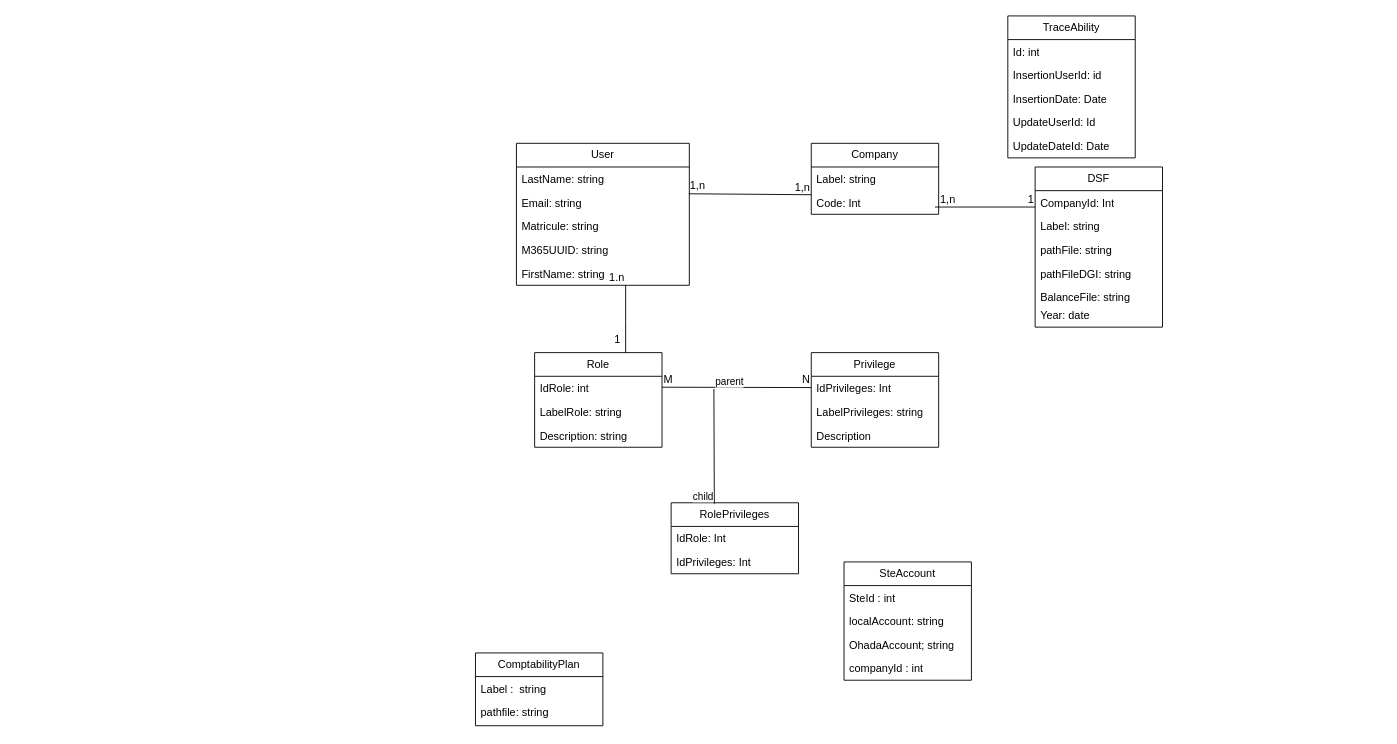
This is Untitled Diagram.drawio from Michelle-Ngami/Conception_DSF, a draw.io file, before an edit. Source tidied: cells renumbered, new cells numbered last; positions are measured from the earlier drawing's top-left corner, leaving out a move shared by most shapes. Both pictures are drawn from the tidied source at 91%, with x=0, y=0 at pixel (475, 15).
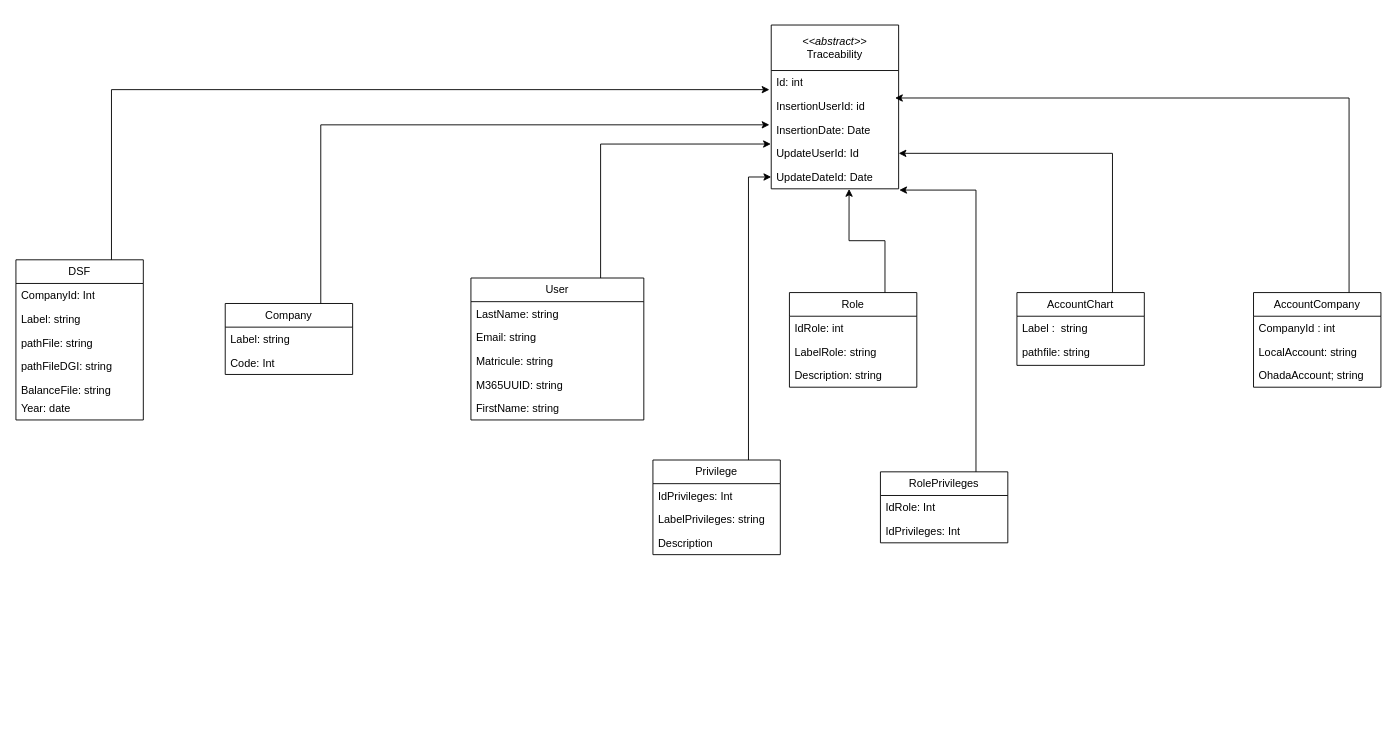
After the change.

Commit message:
abstract_relation

The change refers to these unchanged cells:
```xml
<mxCell id="3" value="LastName: string" style="text;strokeColor=none;fillColor=none;align=left;verticalAlign=top;spacingLeft=4;spacingRight=4;overflow=hidden;points=[[0,0.5],[1,0.5]];portConstraint=eastwest;whiteSpace=wrap;html=1;" parent="2" vertex="1">
  <mxGeometry y="26" width="190" height="26" as="geometry" />
</mxCell>
<mxCell id="10" value="Code: Int" style="text;strokeColor=none;fillColor=none;align=left;verticalAlign=top;spacingLeft=4;spacingRight=4;overflow=hidden;points=[[0,0.5],[1,0.5]];portConstraint=eastwest;whiteSpace=wrap;html=1;" parent="8" vertex="1">
  <mxGeometry y="52" width="140" height="26" as="geometry" />
</mxCell>
```

Change to the diagram source:
```diff
@@
     <mxCell id="2" value="User" style="swimlane;fontStyle=0;horizontal=1;startSize=26;fillColor=none;whiteSpace=wrap;html=1;" parent="1" vertex="1">
-      <mxGeometry x="45" y="140" width="190" height="156" as="geometry" />
+      <mxGeometry x="-5" y="288" width="190" height="156" as="geometry" />
     </mxCell>
@@
     <mxCell id="8" value="Company" style="swimlane;fontStyle=0;horizontal=1;startSize=26;fillColor=none;whiteSpace=wrap;html=1;" parent="1" vertex="1">
-      <mxGeometry x="369" y="140" width="140" height="78" as="geometry" />
+      <mxGeometry x="-275" y="316" width="140" height="78" as="geometry" />
     </mxCell>
@@
-    <mxCell id="11" style="endArrow=none;html=1;rounded=0;exitX=0.997;exitY=1.132;exitDx=0;exitDy=0;entryX=0.001;entryY=0.173;entryDx=0;entryDy=0;entryPerimeter=0;exitPerimeter=0;" parent="1" edge="1" source="3" target="10">
-      <mxGeometry relative="1" as="geometry" />
-    </mxCell>
-    <mxCell id="12" value="1,n" style="html=1;whiteSpace=wrap;align=left;verticalAlign=bottom;" parent="11" vertex="1">
-      <mxGeometry x="-1" relative="1" as="geometry" />
-    </mxCell>
-    <mxCell id="13" value="1,n" style="html=1;whiteSpace=wrap;align=right;verticalAlign=bottom;" parent="11" vertex="1">
-      <mxGeometry x="1" relative="1" as="geometry" />
-    </mxCell>
     <mxCell id="14" value="Role" style="swimlane;fontStyle=0;horizontal=1;startSize=26;fillColor=none;whiteSpace=wrap;html=1;" parent="1" vertex="1">
-      <mxGeometry x="65" y="370" width="140" height="104" as="geometry" />
+      <mxGeometry x="345" y="304" width="140" height="104" as="geometry" />
     </mxCell>
@@
-    <mxCell id="18" style="endArrow=none;html=1;rounded=0;" parent="1" edge="1">
-      <mxGeometry relative="1" as="geometry">
-        <mxPoint x="165" y="370" as="sourcePoint" />
-        <mxPoint x="165" y="296" as="targetPoint" />
-        <Array as="points">
-          <mxPoint x="165" y="336" />
-        </Array>
-      </mxGeometry>
-    </mxCell>
-    <mxCell id="19" value="1.n" style="html=1;whiteSpace=wrap;align=right;verticalAlign=bottom;" parent="18" vertex="1">
-      <mxGeometry x="1" relative="1" as="geometry" />
-    </mxCell>
-    <mxCell id="20" value="1" style="html=1;whiteSpace=wrap;align=left;verticalAlign=bottom;" parent="1" vertex="1">
-      <mxGeometry x="140" y="310" as="geometry">
-        <mxPoint x="11" y="54" as="offset" />
-      </mxGeometry>
-    </mxCell>
+    <mxCell id="58" style="edgeStyle=orthogonalEdgeStyle;rounded=0;jettySize=auto;html=1;exitX=0.75;exitY=0;exitDx=0;exitDy=0;entryX=0;entryY=0.5;entryDx=0;entryDy=0;" parent="1" edge="1" source="21" target="39">
+      <mxGeometry relative="1" as="geometry" />
+    </mxCell>
     <mxCell id="21" value="Privilege" style="swimlane;fontStyle=0;horizontal=1;startSize=26;fillColor=none;whiteSpace=wrap;html=1;" parent="1" vertex="1">
-      <mxGeometry x="369" y="370" width="140" height="104" as="geometry" />
+      <mxGeometry x="195" y="488" width="140" height="104" as="geometry" />
     </mxCell>
@@
-    <mxCell id="25" style="endArrow=none;html=1;rounded=0;" parent="1" edge="1">
-      <mxGeometry relative="1" as="geometry">
-        <mxPoint x="205" y="408" as="sourcePoint" />
-        <mxPoint x="369" y="408.4" as="targetPoint" />
-      </mxGeometry>
-    </mxCell>
-    <mxCell id="26" value="M" style="html=1;whiteSpace=wrap;align=left;verticalAlign=bottom;" parent="25" vertex="1">
-      <mxGeometry x="-1" relative="1" as="geometry" />
-    </mxCell>
-    <mxCell id="27" value="N" style="html=1;whiteSpace=wrap;align=right;verticalAlign=bottom;" parent="25" vertex="1">
-      <mxGeometry x="1" relative="1" as="geometry" />
-    </mxCell>
     <mxCell id="28" value="RolePrivileges" style="swimlane;fontStyle=0;horizontal=1;startSize=26;fillColor=none;whiteSpace=wrap;html=1;" parent="1" vertex="1">
-      <mxGeometry x="215" y="535" width="140" height="78" as="geometry" />
+      <mxGeometry x="445" y="501" width="140" height="78" as="geometry" />
     </mxCell>
@@
-    <mxCell id="31" style="endArrow=none;html=1;edgeStyle=orthogonalEdgeStyle;rounded=0;entryX=0.339;entryY=0.012;entryDx=0;entryDy=0;entryPerimeter=0;" parent="1" edge="1" target="28">
-      <mxGeometry relative="1" as="geometry">
-        <mxPoint x="262" y="410" as="sourcePoint" />
-      </mxGeometry>
-    </mxCell>
-    <mxCell id="32" value="parent" style="edgeLabel;html=1;align=left;verticalAlign=bottom;" parent="31" vertex="1">
-      <mxGeometry x="-1" relative="1" as="geometry" />
-    </mxCell>
-    <mxCell id="33" value="child" style="edgeLabel;html=1;align=right;verticalAlign=bottom;" parent="31" vertex="1">
-      <mxGeometry x="1" relative="1" as="geometry" />
-    </mxCell>
-    <mxCell id="34" value="TraceAbility" style="swimlane;fontStyle=0;horizontal=1;startSize=26;fillColor=none;whiteSpace=wrap;html=1;" parent="1" vertex="1">
-      <mxGeometry x="585" width="140" height="156" as="geometry" />
+    <mxCell id="34" value="&lt;div&gt;&lt;i&gt;&amp;lt;&amp;lt;abstract&amp;gt;&amp;gt;&lt;/i&gt;&lt;br&gt;&lt;/div&gt;Traceability" style="swimlane;fontStyle=0;horizontal=1;startSize=50;fillColor=none;whiteSpace=wrap;html=1;" parent="1" vertex="1">
+      <mxGeometry x="325" y="10" width="140" height="180" as="geometry" />
     </mxCell>
     <mxCell id="35" value="Id: int" style="text;strokeColor=none;fillColor=none;align=left;verticalAlign=top;spacingLeft=4;spacingRight=4;overflow=hidden;points=[[0,0.5],[1,0.5]];portConstraint=eastwest;whiteSpace=wrap;html=1;" parent="34" vertex="1">
-      <mxGeometry y="26" width="140" height="26" as="geometry" />
+      <mxGeometry y="50" width="140" height="26" as="geometry" />
     </mxCell>
     <mxCell id="36" value="InsertionUserId: id" style="text;strokeColor=none;fillColor=none;align=left;verticalAlign=top;spacingLeft=4;spacingRight=4;overflow=hidden;points=[[0,0.5],[1,0.5]];portConstraint=eastwest;whiteSpace=wrap;html=1;" parent="34" vertex="1">
-      <mxGeometry y="52" width="140" height="26" as="geometry" />
+      <mxGeometry y="76" width="140" height="26" as="geometry" />
     </mxCell>
     <mxCell id="37" value="InsertionDate: Date" style="text;strokeColor=none;fillColor=none;align=left;verticalAlign=top;spacingLeft=4;spacingRight=4;overflow=hidden;points=[[0,0.5],[1,0.5]];portConstraint=eastwest;whiteSpace=wrap;html=1;" parent="34" vertex="1">
-      <mxGeometry y="78" width="140" height="26" as="geometry" />
+      <mxGeometry y="102" width="140" height="26" as="geometry" />
     </mxCell>
     <mxCell id="38" value="UpdateUserId: Id" style="text;strokeColor=none;fillColor=none;align=left;verticalAlign=top;spacingLeft=4;spacingRight=4;overflow=hidden;points=[[0,0.5],[1,0.5]];portConstraint=eastwest;whiteSpace=wrap;html=1;" parent="34" vertex="1">
-      <mxGeometry y="104" width="140" height="26" as="geometry" />
+      <mxGeometry y="128" width="140" height="26" as="geometry" />
     </mxCell>
     <mxCell id="39" value="UpdateDateId: Date" style="text;strokeColor=none;fillColor=none;align=left;verticalAlign=top;spacingLeft=4;spacingRight=4;overflow=hidden;points=[[0,0.5],[1,0.5]];portConstraint=eastwest;whiteSpace=wrap;html=1;" parent="34" vertex="1">
-      <mxGeometry y="130" width="140" height="26" as="geometry" />
+      <mxGeometry y="154" width="140" height="26" as="geometry" />
     </mxCell>
     <mxCell id="40" value="DSF" style="swimlane;fontStyle=0;horizontal=1;startSize=26;fillColor=none;whiteSpace=wrap;html=1;" parent="1" vertex="1">
-      <mxGeometry x="615" y="166" width="140" height="176" as="geometry" />
+      <mxGeometry x="-505" y="268" width="140" height="176" as="geometry" />
     </mxCell>
@@
-    <mxCell id="47" style="endArrow=none;html=1;rounded=0;exitX=0.971;exitY=0.692;exitDx=0;exitDy=0;exitPerimeter=0;" parent="1" edge="1" source="10">
-      <mxGeometry relative="1" as="geometry">
-        <mxPoint x="615" y="210" as="targetPoint" />
-      </mxGeometry>
-    </mxCell>
-    <mxCell id="48" value="1" style="html=1;whiteSpace=wrap;align=right;verticalAlign=bottom;" parent="47" vertex="1">
-      <mxGeometry x="1" relative="1" as="geometry" />
-    </mxCell>
-    <mxCell id="49" value="1,n" style="html=1;whiteSpace=wrap;align=left;verticalAlign=bottom;" parent="1" vertex="1">
-      <mxGeometry x="509" y="210" as="geometry" />
-    </mxCell>
-    <mxCell id="50" value="SteAccount" style="swimlane;fontStyle=0;horizontal=1;startSize=26;fillColor=none;whiteSpace=wrap;html=1;" parent="1" vertex="1">
-      <mxGeometry x="405" y="600" width="140" height="130" as="geometry" />
+    <mxCell id="50" value="AccountCompany" style="swimlane;fontStyle=0;horizontal=1;startSize=26;fillColor=none;whiteSpace=wrap;html=1;" parent="1" vertex="1">
+      <mxGeometry x="855" y="304" width="140" height="104" as="geometry" />
     </mxCell>
-    <mxCell id="51" value="SteId : int" style="text;strokeColor=none;fillColor=none;align=left;verticalAlign=top;spacingLeft=4;spacingRight=4;overflow=hidden;whiteSpace=wrap;html=1;" parent="50" vertex="1">
+    <mxCell id="51" value="CompanyId : int" style="text;strokeColor=none;fillColor=none;align=left;verticalAlign=top;spacingLeft=4;spacingRight=4;overflow=hidden;whiteSpace=wrap;html=1;" parent="50" vertex="1">
       <mxGeometry y="26" width="140" height="26" as="geometry" />
     </mxCell>
-    <mxCell id="52" value="localAccount: string" style="text;strokeColor=none;fillColor=none;align=left;verticalAlign=top;spacingLeft=4;spacingRight=4;overflow=hidden;whiteSpace=wrap;html=1;" parent="50" vertex="1">
+    <mxCell id="52" value="LocalAccount: string" style="text;strokeColor=none;fillColor=none;align=left;verticalAlign=top;spacingLeft=4;spacingRight=4;overflow=hidden;whiteSpace=wrap;html=1;" parent="50" vertex="1">
       <mxGeometry y="52" width="140" height="26" as="geometry" />
     </mxCell>
@@
-    <mxCell id="54" value="companyId : int" style="text;strokeColor=none;fillColor=none;align=left;verticalAlign=top;spacingLeft=4;spacingRight=4;overflow=hidden;whiteSpace=wrap;html=1;" parent="50" vertex="1">
-      <mxGeometry y="104" width="140" height="26" as="geometry" />
-    </mxCell>
+    <mxCell id="59" style="edgeStyle=orthogonalEdgeStyle;rounded=0;jettySize=auto;html=1;exitX=0.75;exitY=0;exitDx=0;exitDy=0;entryX=1;entryY=0.5;entryDx=0;entryDy=0;" parent="1" edge="1" source="55" target="38">
+      <mxGeometry relative="1" as="geometry" />
+    </mxCell>
-    <mxCell id="55" value="ComptabilityPlan" style="swimlane;fontStyle=0;horizontal=1;startSize=26;fillColor=none;whiteSpace=wrap;html=1;" parent="1" vertex="1">
-      <mxGeometry y="700" width="140" height="80" as="geometry" />
+    <mxCell id="55" value="AccountChart" style="swimlane;fontStyle=0;horizontal=1;startSize=26;fillColor=none;whiteSpace=wrap;html=1;" parent="1" vertex="1">
+      <mxGeometry x="595" y="304" width="140" height="80" as="geometry" />
     </mxCell>
@@
+    <mxCell id="60" style="edgeStyle=orthogonalEdgeStyle;rounded=0;jettySize=auto;html=1;exitX=0.75;exitY=0;exitDx=0;exitDy=0;entryX=1.005;entryY=1.052;entryDx=0;entryDy=0;entryPerimeter=0;" parent="1" edge="1" source="28" target="39">
+      <mxGeometry relative="1" as="geometry" />
+    </mxCell>
+    <mxCell id="61" style="edgeStyle=orthogonalEdgeStyle;rounded=0;jettySize=auto;html=1;exitX=0.75;exitY=0;exitDx=0;exitDy=0;entryX=0.972;entryY=0.161;entryDx=0;entryDy=0;entryPerimeter=0;" parent="1" edge="1" source="50" target="36">
+      <mxGeometry relative="1" as="geometry" />
+    </mxCell>
+    <mxCell id="62" style="edgeStyle=orthogonalEdgeStyle;rounded=0;jettySize=auto;html=1;exitX=0.75;exitY=0;exitDx=0;exitDy=0;entryX=0.611;entryY=1.007;entryDx=0;entryDy=0;entryPerimeter=0;" parent="1" edge="1" source="14" target="39">
+      <mxGeometry relative="1" as="geometry" />
+    </mxCell>
+    <mxCell id="63" style="edgeStyle=orthogonalEdgeStyle;rounded=0;jettySize=auto;html=1;exitX=0.75;exitY=0;exitDx=0;exitDy=0;entryX=-0.003;entryY=0.106;entryDx=0;entryDy=0;entryPerimeter=0;" parent="1" edge="1" source="2" target="38">
+      <mxGeometry relative="1" as="geometry" />
+    </mxCell>
+    <mxCell id="64" style="edgeStyle=orthogonalEdgeStyle;rounded=0;jettySize=auto;html=1;exitX=0.75;exitY=0;exitDx=0;exitDy=0;entryX=-0.014;entryY=0.295;entryDx=0;entryDy=0;entryPerimeter=0;" parent="1" edge="1" source="8" target="37">
+      <mxGeometry relative="1" as="geometry" />
+    </mxCell>
+    <mxCell id="65" style="edgeStyle=orthogonalEdgeStyle;rounded=0;jettySize=auto;html=1;exitX=0.75;exitY=0;exitDx=0;exitDy=0;entryX=-0.014;entryY=0.808;entryDx=0;entryDy=0;entryPerimeter=0;" parent="1" edge="1" source="40" target="35">
+      <mxGeometry relative="1" as="geometry" />
+    </mxCell>
```
